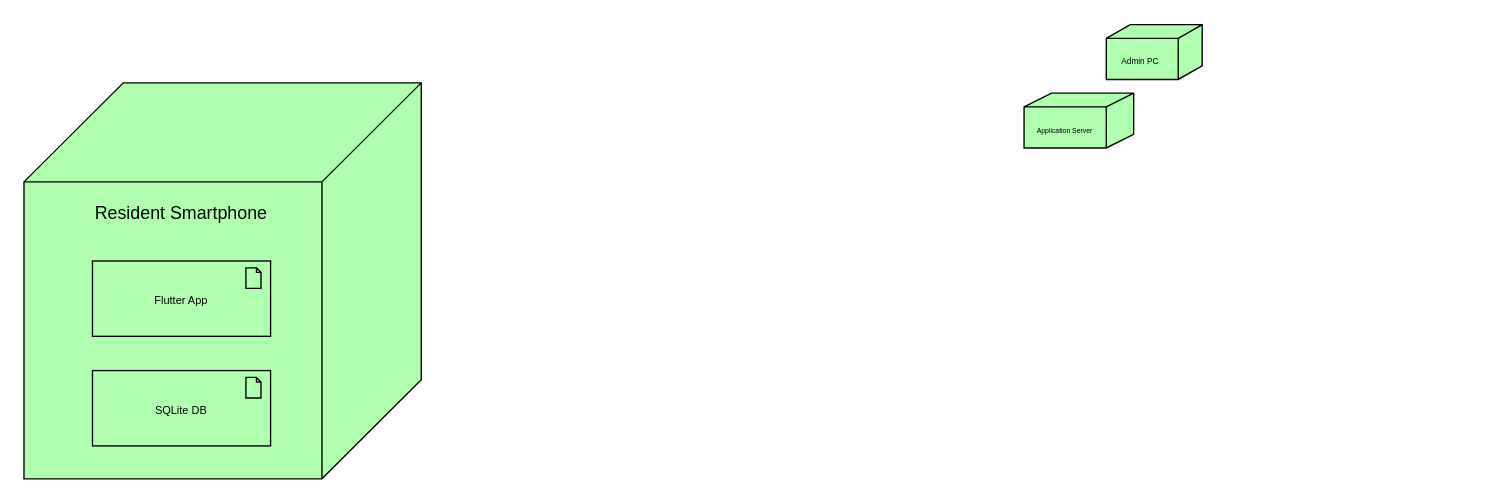
Earlier version of the draw.io diagram DeploymentDiagram.drawio (eigenlambda123/BarangayMicroJobs). Source tidied: cells renumbered, new cells numbered last; positions are measured from the earlier drawing's top-left corner, leaving out a move shared by most shapes. Both pictures are drawn from the tidied source at 137%, with x=0, y=0 at pixel (23, 25).
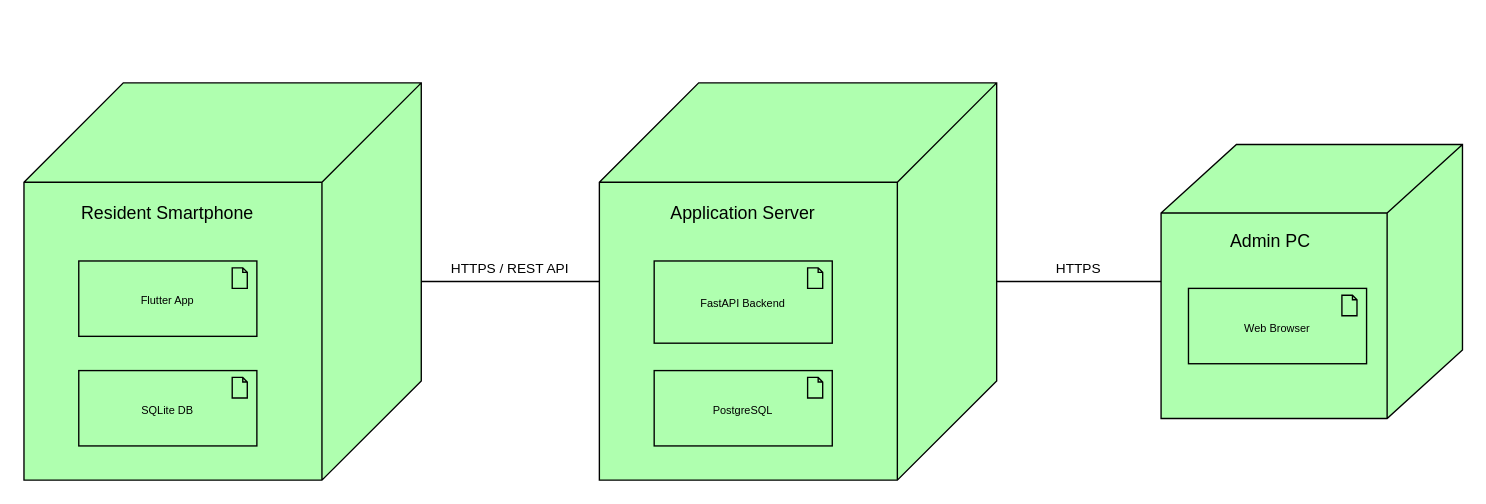
After the change.

Diff of the diagram source:
```diff
@@
 <mxGraphModel>
   <root>
     <mxCell id="0" />
     <mxCell id="1" parent="0" />
     <mxCell id="2" style="html=1;outlineConnect=0;whiteSpace=wrap;fillColor=#AFFFAF;shape=mxgraph.archimate3.node;" parent="1" vertex="1">
-      <mxGeometry y="42" width="290" height="289" as="geometry" />
+      <mxGeometry y="42" width="290" height="290" as="geometry" />
     </mxCell>
     <mxCell id="3" value="&lt;font style=&quot;font-size: 13px;&quot;&gt;Resident Smartphone&lt;/font&gt;" style="text;html=1;whiteSpace=wrap;strokeColor=none;fillColor=none;align=center;verticalAlign=middle;rounded=0;" parent="1" vertex="1">
-      <mxGeometry x="25" y="122" width="180" height="30" as="geometry" />
+      <mxGeometry y="122" width="210" height="30" as="geometry" />
     </mxCell>
     <mxCell id="4" style="html=1;outlineConnect=0;whiteSpace=wrap;fillColor=#AFFFAF;shape=mxgraph.archimate3.node;" parent="1" vertex="1">
-      <mxGeometry x="790" y="-0.5" width="70" height="40" as="geometry" />
+      <mxGeometry x="830" y="87" width="220" height="200" as="geometry" />
     </mxCell>
-    <mxCell id="5" value="&lt;font style=&quot;font-size: 6px;&quot;&gt;Admin PC&lt;/font&gt;" style="text;html=1;whiteSpace=wrap;strokeColor=none;fillColor=none;align=center;verticalAlign=middle;rounded=0;" parent="1" vertex="1">
-      <mxGeometry x="790" y="9.5" width="50" height="30" as="geometry" />
+    <mxCell id="5" value="&lt;font style=&quot;font-size: 13px;&quot;&gt;Admin PC&lt;/font&gt;" style="text;html=1;whiteSpace=wrap;strokeColor=none;fillColor=none;align=center;verticalAlign=middle;rounded=0;" parent="1" vertex="1">
+      <mxGeometry x="830" y="142" width="160" height="30" as="geometry" />
     </mxCell>
     <mxCell id="6" style="html=1;outlineConnect=0;whiteSpace=wrap;fillColor=#AFFFAF;shape=mxgraph.archimate3.node;" parent="1" vertex="1">
-      <mxGeometry x="730" y="49.5" width="80" height="40" as="geometry" />
+      <mxGeometry x="420" y="42" width="290" height="290" as="geometry" />
     </mxCell>
-    <mxCell id="7" value="&lt;font style=&quot;font-size: 5px;&quot;&gt;Application Server&lt;/font&gt;" style="text;html=1;whiteSpace=wrap;strokeColor=none;fillColor=none;align=center;verticalAlign=middle;rounded=0;" parent="1" vertex="1">
-      <mxGeometry x="730" y="59.5" width="60" height="30" as="geometry" />
+    <mxCell id="7" value="&lt;font style=&quot;font-size: 13px;&quot;&gt;Application Server&lt;/font&gt;" style="text;html=1;whiteSpace=wrap;strokeColor=none;fillColor=none;align=center;verticalAlign=middle;rounded=0;" parent="1" vertex="1">
+      <mxGeometry x="420" y="122" width="210" height="30" as="geometry" />
     </mxCell>
     <mxCell id="8" value="&lt;font style=&quot;font-size: 8px;&quot;&gt;Flutter App&lt;/font&gt;" style="html=1;whiteSpace=wrap;fillColor=#AFFFAF;shape=mxgraph.archimate3.application;appType=artifact;archiType=square;" parent="1" vertex="1">
-      <mxGeometry x="50" y="172" width="130" height="55" as="geometry" />
+      <mxGeometry x="40" y="172" width="130" height="55" as="geometry" />
     </mxCell>
     <mxCell id="9" value="&lt;font style=&quot;font-size: 8px;&quot;&gt;SQLite DB&lt;/font&gt;" style="html=1;whiteSpace=wrap;fillColor=#AFFFAF;shape=mxgraph.archimate3.application;appType=artifact;archiType=square;" parent="1" vertex="1">
-      <mxGeometry x="50" y="252" width="130" height="55" as="geometry" />
+      <mxGeometry x="40" y="252" width="130" height="55" as="geometry" />
     </mxCell>
+    <mxCell id="10" value="&lt;font style=&quot;font-size: 8px;&quot;&gt;FastAPI Backend&lt;/font&gt;" style="html=1;whiteSpace=wrap;fillColor=#AFFFAF;shape=mxgraph.archimate3.application;appType=artifact;archiType=square;" parent="1" vertex="1">
+      <mxGeometry x="460" y="172" width="130" height="60" as="geometry" />
+    </mxCell>
+    <mxCell id="11" value="&lt;font style=&quot;font-size: 8px;&quot;&gt;PostgreSQL&lt;/font&gt;" style="html=1;whiteSpace=wrap;fillColor=#AFFFAF;shape=mxgraph.archimate3.application;appType=artifact;archiType=square;" parent="1" vertex="1">
+      <mxGeometry x="460" y="252" width="130" height="55" as="geometry" />
+    </mxCell>
+    <mxCell id="12" value="&lt;font style=&quot;font-size: 8px;&quot;&gt;Web Browser&lt;/font&gt;" style="html=1;whiteSpace=wrap;fillColor=#AFFFAF;shape=mxgraph.archimate3.application;appType=artifact;archiType=square;" parent="1" vertex="1">
+      <mxGeometry x="850" y="192" width="130" height="55" as="geometry" />
+    </mxCell>
+    <mxCell id="13" style="edgeStyle=orthogonalEdgeStyle;rounded=0;jettySize=auto;html=1;entryX=0;entryY=0.5;entryDx=0;entryDy=0;entryPerimeter=0;endArrow=none;endFill=0;exitX=1;exitY=0.5;exitDx=0;exitDy=0;exitPerimeter=0;" parent="1" edge="1" source="2" target="6">
+      <mxGeometry relative="1" as="geometry" />
+    </mxCell>
+    <mxCell id="14" value="&lt;font style=&quot;font-size: 10px;&quot;&gt;HTTPS / REST API&lt;/font&gt;" style="text;html=1;whiteSpace=wrap;strokeColor=none;fillColor=none;align=center;verticalAlign=middle;rounded=0;" parent="1" vertex="1">
+      <mxGeometry x="300" y="162" width="110" height="30" as="geometry" />
+    </mxCell>
+    <mxCell id="15" style="edgeStyle=orthogonalEdgeStyle;rounded=0;jettySize=auto;html=1;entryX=0;entryY=0.5;entryDx=0;entryDy=0;entryPerimeter=0;endArrow=none;endFill=0;" parent="1" edge="1" source="6" target="4">
+      <mxGeometry relative="1" as="geometry" />
+    </mxCell>
+    <mxCell id="16" value="&lt;span style=&quot;font-size: 10px;&quot;&gt;HTTPS&lt;/span&gt;" style="text;html=1;whiteSpace=wrap;strokeColor=none;fillColor=none;align=center;verticalAlign=middle;rounded=0;" parent="1" vertex="1">
+      <mxGeometry x="740" y="162" width="60" height="30" as="geometry" />
+    </mxCell>
   </root>
 </mxGraphModel>
```
